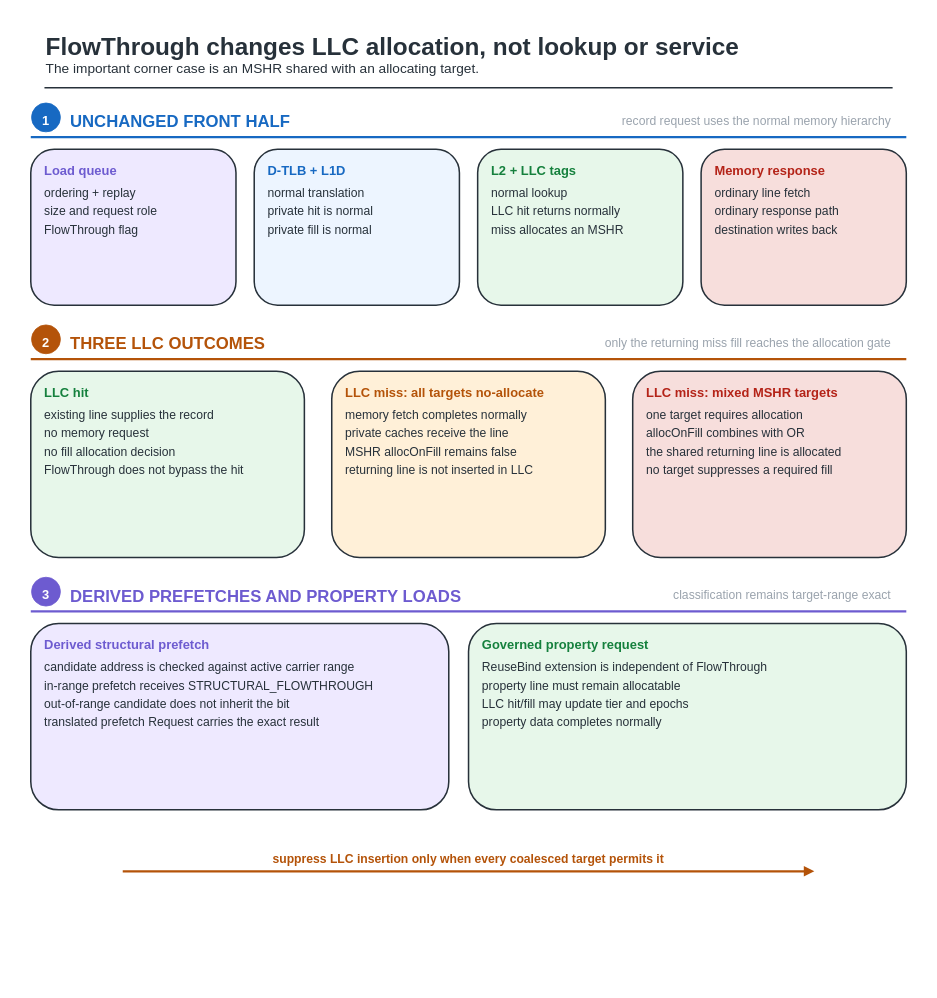
UVA-LavaLab/ECG_GrAPL keeps this draw.io diagram as fig/wiki_src/reuse-plan-flowthrough/reuse-plan-flowthrough-f05-flowthrough-outcomes.drawio. Above is the earlier version. Source tidied: cells renumbered, new cells numbered last; positions are measured from the earlier drawing's top-left corner, leaving out a move shared by most shapes. Both pictures are drawn from the tidied source at 76%, with x=0, y=0 at pixel (12, 12).
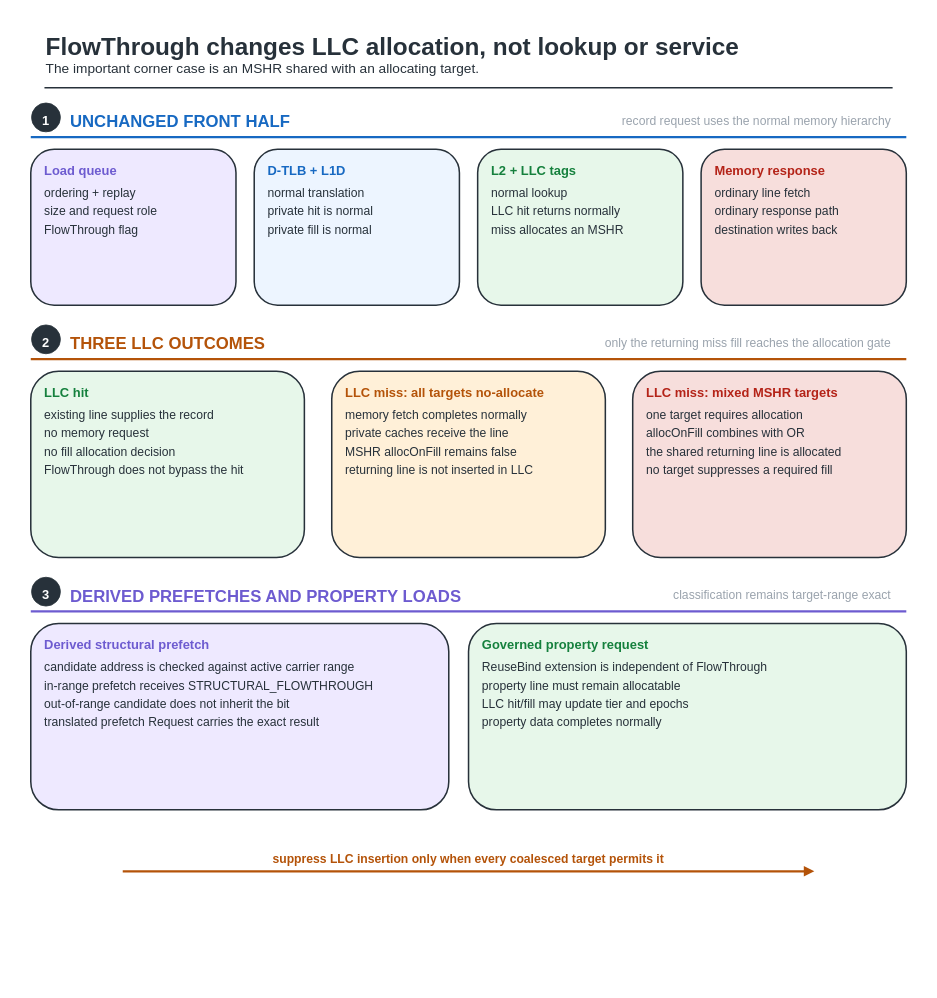
After the change.

What changed in the source:
```diff
@@
-    <mxCell id="6" style="ellipse;html=0;fillColor=#1769C2;strokeColor=#1769C2;strokeWidth=1;" parent="1" vertex="1">
+    <mxCell id="6" style="ellipse;html=0;fillColor=#27313A;strokeColor=#27313A;strokeWidth=1;" parent="1" vertex="1">
       <mxGeometry x="25" y="119" width="38" height="38" as="geometry" />
     </mxCell>
@@
-    <mxCell id="31" style="ellipse;html=0;fillColor=#B45309;strokeColor=#B45309;strokeWidth=1;" parent="1" vertex="1">
+    <mxCell id="31" style="ellipse;html=0;fillColor=#27313A;strokeColor=#27313A;strokeWidth=1;" parent="1" vertex="1">
       <mxGeometry x="25" y="411" width="38" height="38" as="geometry" />
     </mxCell>
@@
-    <mxCell id="54" style="ellipse;html=0;fillColor=#6D5BD0;strokeColor=#6D5BD0;strokeWidth=1;" parent="1" vertex="1">
+    <mxCell id="54" style="ellipse;html=0;fillColor=#27313A;strokeColor=#27313A;strokeWidth=1;" parent="1" vertex="1">
       <mxGeometry x="25" y="743" width="38" height="38" as="geometry" />
     </mxCell>
```
